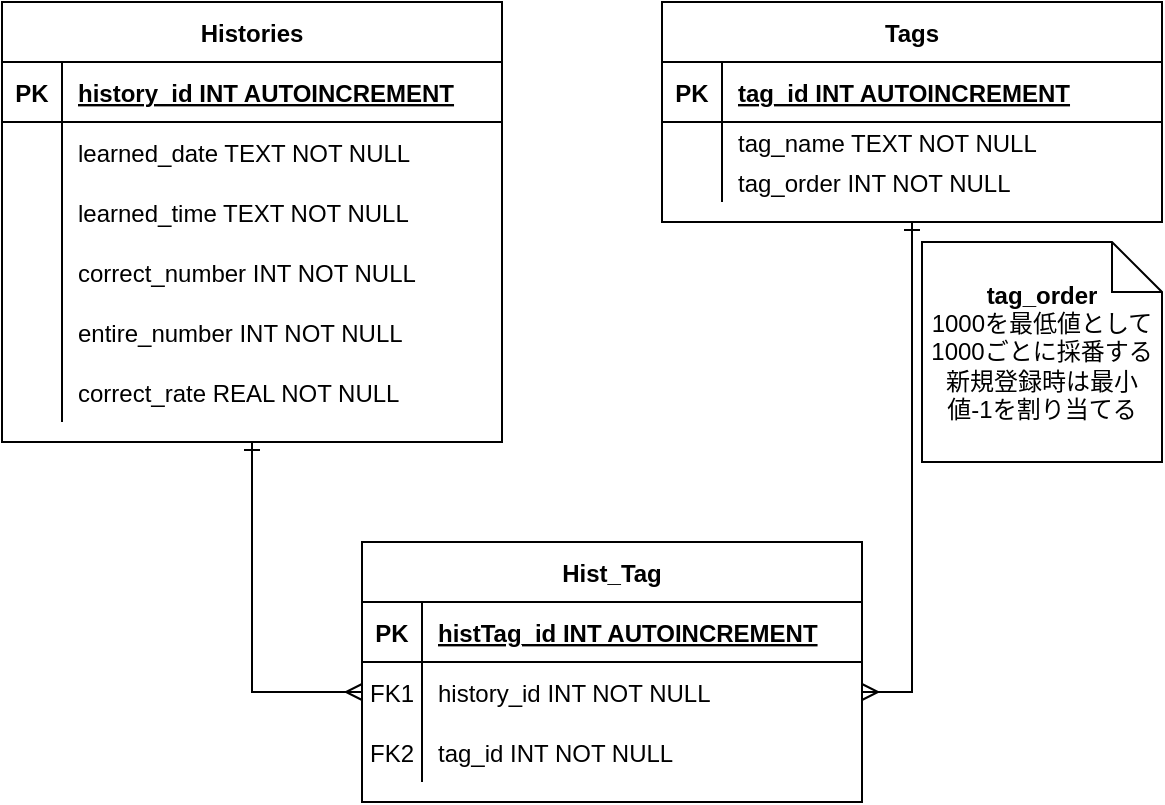
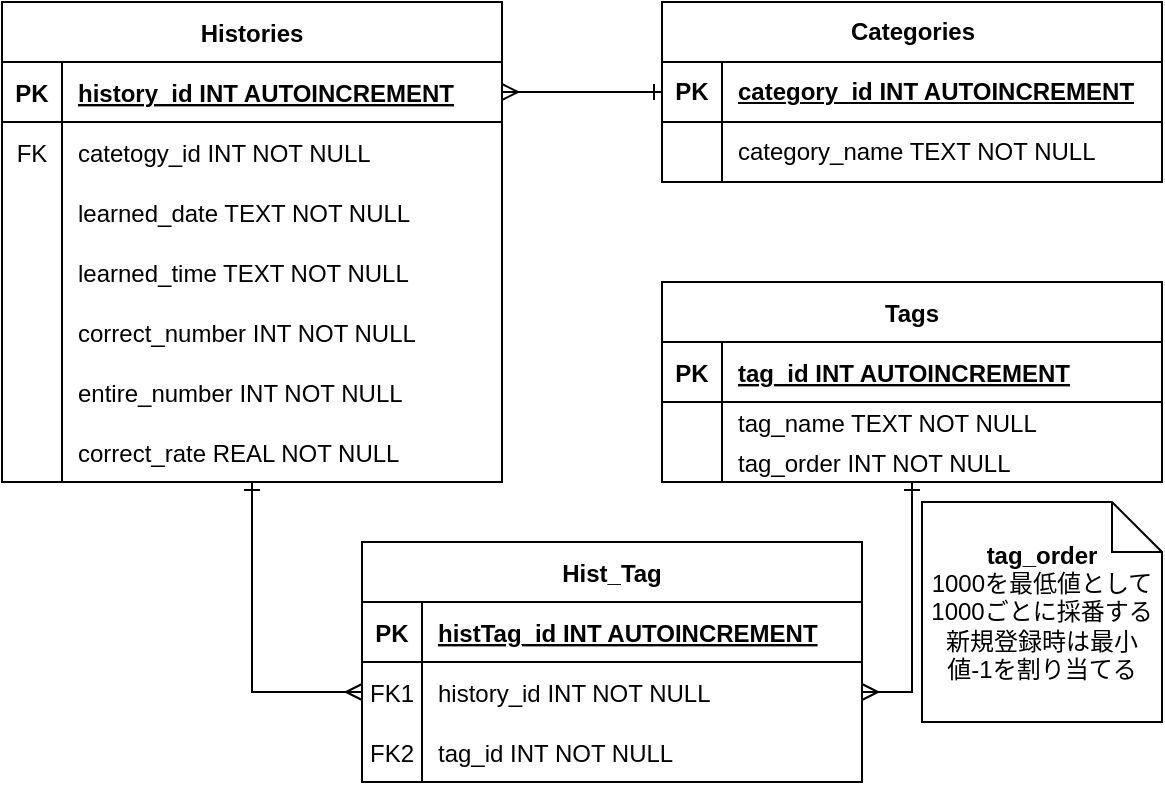
- <mxfile host="app.diagrams.net" agent="Mozilla/5.0 (Windows NT 10.0; Win64; x64) AppleWebKit/537.36 (KHTML, like Gecko) Chrome/131.0.0.0 Safari/537.36" version="24.8.6">
+ <mxfile host="app.diagrams.net" agent="Mozilla/5.0 (Windows NT 10.0; Win64; x64) AppleWebKit/537.36 (KHTML, like Gecko) Chrome/131.0.0.0 Safari/537.36" version="25.0.3">
  <diagram name="Page-1" id="t5QMn-bjWsxK-OiHnnsi">
-     <mxGraphModel dx="1415" dy="748" grid="1" gridSize="10" guides="1" tooltips="1" connect="1" arrows="1" fold="1" page="1" pageScale="1" pageWidth="827" pageHeight="1169" math="0" shadow="0">
+     <mxGraphModel dx="1034" dy="446" grid="1" gridSize="10" guides="1" tooltips="1" connect="1" arrows="1" fold="1" page="1" pageScale="1" pageWidth="827" pageHeight="1169" math="0" shadow="0">
      <root>
        <mxCell id="0" />
        <mxCell id="1" parent="0" />
        <mxCell id="AiqQjHYfHPlLKHI8rtwA-1" value="Tags" style="shape=table;startSize=30;container=1;collapsible=1;childLayout=tableLayout;fixedRows=1;rowLines=0;fontStyle=1;align=center;resizeLast=1;" parent="1" vertex="1">
-           <mxGeometry x="330" width="250" height="110" as="geometry" />
+           <mxGeometry x="330" y="140" width="250" height="100" as="geometry" />
        </mxCell>
        <mxCell id="AiqQjHYfHPlLKHI8rtwA-2" value="" style="shape=partialRectangle;collapsible=0;dropTarget=0;pointerEvents=0;fillColor=none;points=[[0,0.5],[1,0.5]];portConstraint=eastwest;top=0;left=0;right=0;bottom=1;" parent="AiqQjHYfHPlLKHI8rtwA-1" vertex="1">
          <mxGeometry y="30" width="250" height="30" as="geometry" />
        </mxCell>
        <mxCell id="AiqQjHYfHPlLKHI8rtwA-3" value="PK" style="shape=partialRectangle;overflow=hidden;connectable=0;fillColor=none;top=0;left=0;bottom=0;right=0;fontStyle=1;" parent="AiqQjHYfHPlLKHI8rtwA-2" vertex="1">
          <mxGeometry width="30" height="30" as="geometry">
            <mxRectangle width="30" height="30" as="alternateBounds" />
          </mxGeometry>
        </mxCell>
        <mxCell id="AiqQjHYfHPlLKHI8rtwA-4" value="tag_id INT AUTOINCREMENT" style="shape=partialRectangle;overflow=hidden;connectable=0;fillColor=none;top=0;left=0;bottom=0;right=0;align=left;spacingLeft=6;fontStyle=5;" parent="AiqQjHYfHPlLKHI8rtwA-2" vertex="1">
          <mxGeometry x="30" width="220" height="30" as="geometry">
            <mxRectangle width="220" height="30" as="alternateBounds" />
          </mxGeometry>
        </mxCell>
        <mxCell id="AiqQjHYfHPlLKHI8rtwA-5" value="" style="shape=partialRectangle;collapsible=0;dropTarget=0;pointerEvents=0;fillColor=none;points=[[0,0.5],[1,0.5]];portConstraint=eastwest;top=0;left=0;right=0;bottom=0;" parent="AiqQjHYfHPlLKHI8rtwA-1" vertex="1">
          <mxGeometry y="60" width="250" height="20" as="geometry" />
        </mxCell>
        <mxCell id="AiqQjHYfHPlLKHI8rtwA-6" value="" style="shape=partialRectangle;overflow=hidden;connectable=0;fillColor=none;top=0;left=0;bottom=0;right=0;" parent="AiqQjHYfHPlLKHI8rtwA-5" vertex="1">
          <mxGeometry width="30" height="20" as="geometry">
            <mxRectangle width="30" height="20" as="alternateBounds" />
          </mxGeometry>
        </mxCell>
        <mxCell id="AiqQjHYfHPlLKHI8rtwA-7" value="tag_name TEXT NOT NULL" style="shape=partialRectangle;overflow=hidden;connectable=0;fillColor=none;top=0;left=0;bottom=0;right=0;align=left;spacingLeft=6;" parent="AiqQjHYfHPlLKHI8rtwA-5" vertex="1">
          <mxGeometry x="30" width="220" height="20" as="geometry">
            <mxRectangle width="220" height="20" as="alternateBounds" />
          </mxGeometry>
        </mxCell>
        <mxCell id="AiqQjHYfHPlLKHI8rtwA-8" value="" style="shape=partialRectangle;collapsible=0;dropTarget=0;pointerEvents=0;fillColor=none;points=[[0,0.5],[1,0.5]];portConstraint=eastwest;top=0;left=0;right=0;bottom=0;" parent="AiqQjHYfHPlLKHI8rtwA-1" vertex="1">
          <mxGeometry y="80" width="250" height="20" as="geometry" />
        </mxCell>
        <mxCell id="AiqQjHYfHPlLKHI8rtwA-9" value="" style="shape=partialRectangle;overflow=hidden;connectable=0;fillColor=none;top=0;left=0;bottom=0;right=0;" parent="AiqQjHYfHPlLKHI8rtwA-8" vertex="1">
          <mxGeometry width="30" height="20" as="geometry">
            <mxRectangle width="30" height="20" as="alternateBounds" />
          </mxGeometry>
        </mxCell>
        <mxCell id="AiqQjHYfHPlLKHI8rtwA-10" value="tag_order INT NOT NULL" style="shape=partialRectangle;overflow=hidden;connectable=0;fillColor=none;top=0;left=0;bottom=0;right=0;align=left;spacingLeft=6;" parent="AiqQjHYfHPlLKHI8rtwA-8" vertex="1">
          <mxGeometry x="30" width="220" height="20" as="geometry">
            <mxRectangle width="220" height="20" as="alternateBounds" />
          </mxGeometry>
        </mxCell>
        <mxCell id="AiqQjHYfHPlLKHI8rtwA-11" value="Hist_Tag" style="shape=table;startSize=30;container=1;collapsible=1;childLayout=tableLayout;fixedRows=1;rowLines=0;fontStyle=1;align=center;resizeLast=1;" parent="1" vertex="1">
-           <mxGeometry x="180" y="270" width="250" height="130" as="geometry" />
+           <mxGeometry x="180" y="270" width="250" height="120" as="geometry" />
        </mxCell>
        <mxCell id="AiqQjHYfHPlLKHI8rtwA-12" value="" style="shape=partialRectangle;collapsible=0;dropTarget=0;pointerEvents=0;fillColor=none;points=[[0,0.5],[1,0.5]];portConstraint=eastwest;top=0;left=0;right=0;bottom=1;" parent="AiqQjHYfHPlLKHI8rtwA-11" vertex="1">
          <mxGeometry y="30" width="250" height="30" as="geometry" />
        </mxCell>
        <mxCell id="AiqQjHYfHPlLKHI8rtwA-13" value="PK" style="shape=partialRectangle;overflow=hidden;connectable=0;fillColor=none;top=0;left=0;bottom=0;right=0;fontStyle=1;" parent="AiqQjHYfHPlLKHI8rtwA-12" vertex="1">
          <mxGeometry width="30" height="30" as="geometry">
            <mxRectangle width="30" height="30" as="alternateBounds" />
          </mxGeometry>
        </mxCell>
        <mxCell id="AiqQjHYfHPlLKHI8rtwA-14" value="histTag_id INT AUTOINCREMENT" style="shape=partialRectangle;overflow=hidden;connectable=0;fillColor=none;top=0;left=0;bottom=0;right=0;align=left;spacingLeft=6;fontStyle=5;" parent="AiqQjHYfHPlLKHI8rtwA-12" vertex="1">
          <mxGeometry x="30" width="220" height="30" as="geometry">
            <mxRectangle width="220" height="30" as="alternateBounds" />
          </mxGeometry>
        </mxCell>
        <mxCell id="AiqQjHYfHPlLKHI8rtwA-15" value="" style="shape=partialRectangle;collapsible=0;dropTarget=0;pointerEvents=0;fillColor=none;points=[[0,0.5],[1,0.5]];portConstraint=eastwest;top=0;left=0;right=0;bottom=0;" parent="AiqQjHYfHPlLKHI8rtwA-11" vertex="1">
          <mxGeometry y="60" width="250" height="30" as="geometry" />
        </mxCell>
        <mxCell id="AiqQjHYfHPlLKHI8rtwA-16" value="FK1" style="shape=partialRectangle;overflow=hidden;connectable=0;fillColor=none;top=0;left=0;bottom=0;right=0;" parent="AiqQjHYfHPlLKHI8rtwA-15" vertex="1">
          <mxGeometry width="30" height="30" as="geometry">
            <mxRectangle width="30" height="30" as="alternateBounds" />
          </mxGeometry>
        </mxCell>
        <mxCell id="AiqQjHYfHPlLKHI8rtwA-17" value="history_id INT NOT NULL" style="shape=partialRectangle;overflow=hidden;connectable=0;fillColor=none;top=0;left=0;bottom=0;right=0;align=left;spacingLeft=6;" parent="AiqQjHYfHPlLKHI8rtwA-15" vertex="1">
          <mxGeometry x="30" width="220" height="30" as="geometry">
            <mxRectangle width="220" height="30" as="alternateBounds" />
          </mxGeometry>
        </mxCell>
        <mxCell id="AiqQjHYfHPlLKHI8rtwA-18" value="" style="shape=partialRectangle;collapsible=0;dropTarget=0;pointerEvents=0;fillColor=none;points=[[0,0.5],[1,0.5]];portConstraint=eastwest;top=0;left=0;right=0;bottom=0;" parent="AiqQjHYfHPlLKHI8rtwA-11" vertex="1">
          <mxGeometry y="90" width="250" height="30" as="geometry" />
        </mxCell>
        <mxCell id="AiqQjHYfHPlLKHI8rtwA-19" value="FK2" style="shape=partialRectangle;overflow=hidden;connectable=0;fillColor=none;top=0;left=0;bottom=0;right=0;" parent="AiqQjHYfHPlLKHI8rtwA-18" vertex="1">
          <mxGeometry width="30" height="30" as="geometry">
            <mxRectangle width="30" height="30" as="alternateBounds" />
          </mxGeometry>
        </mxCell>
        <mxCell id="AiqQjHYfHPlLKHI8rtwA-20" value="tag_id INT NOT NULL" style="shape=partialRectangle;overflow=hidden;connectable=0;fillColor=none;top=0;left=0;bottom=0;right=0;align=left;spacingLeft=6;" parent="AiqQjHYfHPlLKHI8rtwA-18" vertex="1">
          <mxGeometry x="30" width="220" height="30" as="geometry">
            <mxRectangle width="220" height="30" as="alternateBounds" />
          </mxGeometry>
        </mxCell>
        <mxCell id="AiqQjHYfHPlLKHI8rtwA-21" style="edgeStyle=orthogonalEdgeStyle;rounded=0;orthogonalLoop=1;jettySize=auto;html=1;entryX=0;entryY=0.5;entryDx=0;entryDy=0;strokeWidth=1;startArrow=ERone;startFill=0;endArrow=ERmany;endFill=0;" parent="1" source="AiqQjHYfHPlLKHI8rtwA-22" target="AiqQjHYfHPlLKHI8rtwA-15" edge="1">
          <mxGeometry relative="1" as="geometry" />
        </mxCell>
+         <mxCell id="d74uA-857pCNeQqFz3XB-27" style="edgeStyle=orthogonalEdgeStyle;rounded=0;orthogonalLoop=1;jettySize=auto;html=1;strokeColor=default;startArrow=ERmany;startFill=0;endArrow=ERone;endFill=0;" edge="1" parent="1" source="AiqQjHYfHPlLKHI8rtwA-23" target="d74uA-857pCNeQqFz3XB-6">
+           <mxGeometry relative="1" as="geometry" />
+         </mxCell>
        <mxCell id="AiqQjHYfHPlLKHI8rtwA-22" value="Histories" style="shape=table;startSize=30;container=1;collapsible=1;childLayout=tableLayout;fixedRows=1;rowLines=0;fontStyle=1;align=center;resizeLast=1;" parent="1" vertex="1">
-           <mxGeometry width="250" height="220" as="geometry" />
+           <mxGeometry width="250" height="240" as="geometry" />
        </mxCell>
        <mxCell id="AiqQjHYfHPlLKHI8rtwA-23" value="" style="shape=partialRectangle;collapsible=0;dropTarget=0;pointerEvents=0;fillColor=none;points=[[0,0.5],[1,0.5]];portConstraint=eastwest;top=0;left=0;right=0;bottom=1;" parent="AiqQjHYfHPlLKHI8rtwA-22" vertex="1">
          <mxGeometry y="30" width="250" height="30" as="geometry" />
        </mxCell>
        <mxCell id="AiqQjHYfHPlLKHI8rtwA-24" value="PK" style="shape=partialRectangle;overflow=hidden;connectable=0;fillColor=none;top=0;left=0;bottom=0;right=0;fontStyle=1;" parent="AiqQjHYfHPlLKHI8rtwA-23" vertex="1">
          <mxGeometry width="30" height="30" as="geometry">
            <mxRectangle width="30" height="30" as="alternateBounds" />
          </mxGeometry>
        </mxCell>
        <mxCell id="AiqQjHYfHPlLKHI8rtwA-25" value="history_id INT AUTOINCREMENT" style="shape=partialRectangle;overflow=hidden;connectable=0;fillColor=none;top=0;left=0;bottom=0;right=0;align=left;spacingLeft=6;fontStyle=5;" parent="AiqQjHYfHPlLKHI8rtwA-23" vertex="1">
          <mxGeometry x="30" width="220" height="30" as="geometry">
            <mxRectangle width="220" height="30" as="alternateBounds" />
          </mxGeometry>
        </mxCell>
        <mxCell id="AiqQjHYfHPlLKHI8rtwA-26" value="" style="shape=partialRectangle;collapsible=0;dropTarget=0;pointerEvents=0;fillColor=none;points=[[0,0.5],[1,0.5]];portConstraint=eastwest;top=0;left=0;right=0;bottom=0;" parent="AiqQjHYfHPlLKHI8rtwA-22" vertex="1">
          <mxGeometry y="60" width="250" height="30" as="geometry" />
        </mxCell>
-         <mxCell id="AiqQjHYfHPlLKHI8rtwA-27" value="" style="shape=partialRectangle;overflow=hidden;connectable=0;fillColor=none;top=0;left=0;bottom=0;right=0;" parent="AiqQjHYfHPlLKHI8rtwA-26" vertex="1">
-           <mxGeometry width="30" height="30" as="geometry">
-             <mxRectangle width="30" height="30" as="alternateBounds" />
-           </mxGeometry>
-         </mxCell>
-         <mxCell id="AiqQjHYfHPlLKHI8rtwA-28" value="learned_date TEXT NOT NULL" style="shape=partialRectangle;overflow=hidden;connectable=0;fillColor=none;top=0;left=0;bottom=0;right=0;align=left;spacingLeft=6;" parent="AiqQjHYfHPlLKHI8rtwA-26" vertex="1">
-           <mxGeometry x="30" width="220" height="30" as="geometry">
-             <mxRectangle width="220" height="30" as="alternateBounds" />
-           </mxGeometry>
-         </mxCell>
-         <mxCell id="S-PUnTKwTmai-T3U4hQo-1" value="" style="shape=partialRectangle;collapsible=0;dropTarget=0;pointerEvents=0;fillColor=none;points=[[0,0.5],[1,0.5]];portConstraint=eastwest;top=0;left=0;right=0;bottom=0;" vertex="1" parent="AiqQjHYfHPlLKHI8rtwA-22">
+         <mxCell id="AiqQjHYfHPlLKHI8rtwA-27" value="FK" style="shape=partialRectangle;overflow=hidden;connectable=0;fillColor=none;top=0;left=0;bottom=0;right=0;" parent="AiqQjHYfHPlLKHI8rtwA-26" vertex="1">
+           <mxGeometry width="30" height="30" as="geometry">
+             <mxRectangle width="30" height="30" as="alternateBounds" />
+           </mxGeometry>
+         </mxCell>
+         <mxCell id="AiqQjHYfHPlLKHI8rtwA-28" value="catetogy_id INT NOT NULL" style="shape=partialRectangle;overflow=hidden;connectable=0;fillColor=none;top=0;left=0;bottom=0;right=0;align=left;spacingLeft=6;" parent="AiqQjHYfHPlLKHI8rtwA-26" vertex="1">
+           <mxGeometry x="30" width="220" height="30" as="geometry">
+             <mxRectangle width="220" height="30" as="alternateBounds" />
+           </mxGeometry>
+         </mxCell>
+         <mxCell id="d74uA-857pCNeQqFz3XB-23" value="" style="shape=partialRectangle;collapsible=0;dropTarget=0;pointerEvents=0;fillColor=none;points=[[0,0.5],[1,0.5]];portConstraint=eastwest;top=0;left=0;right=0;bottom=0;" vertex="1" parent="AiqQjHYfHPlLKHI8rtwA-22">
          <mxGeometry y="90" width="250" height="30" as="geometry" />
        </mxCell>
-         <mxCell id="S-PUnTKwTmai-T3U4hQo-2" value="" style="shape=partialRectangle;overflow=hidden;connectable=0;fillColor=none;top=0;left=0;bottom=0;right=0;" vertex="1" parent="S-PUnTKwTmai-T3U4hQo-1">
-           <mxGeometry width="30" height="30" as="geometry">
-             <mxRectangle width="30" height="30" as="alternateBounds" />
-           </mxGeometry>
-         </mxCell>
-         <mxCell id="S-PUnTKwTmai-T3U4hQo-3" value="learned_time TEXT NOT NULL" style="shape=partialRectangle;overflow=hidden;connectable=0;fillColor=none;top=0;left=0;bottom=0;right=0;align=left;spacingLeft=6;" vertex="1" parent="S-PUnTKwTmai-T3U4hQo-1">
+         <mxCell id="d74uA-857pCNeQqFz3XB-24" value="" style="shape=partialRectangle;overflow=hidden;connectable=0;fillColor=none;top=0;left=0;bottom=0;right=0;" vertex="1" parent="d74uA-857pCNeQqFz3XB-23">
+           <mxGeometry width="30" height="30" as="geometry">
+             <mxRectangle width="30" height="30" as="alternateBounds" />
+           </mxGeometry>
+         </mxCell>
+         <mxCell id="d74uA-857pCNeQqFz3XB-25" value="learned_date TEXT NOT NULL" style="shape=partialRectangle;overflow=hidden;connectable=0;fillColor=none;top=0;left=0;bottom=0;right=0;align=left;spacingLeft=6;" vertex="1" parent="d74uA-857pCNeQqFz3XB-23">
+           <mxGeometry x="30" width="220" height="30" as="geometry">
+             <mxRectangle width="220" height="30" as="alternateBounds" />
+           </mxGeometry>
+         </mxCell>
+         <mxCell id="S-PUnTKwTmai-T3U4hQo-1" value="" style="shape=partialRectangle;collapsible=0;dropTarget=0;pointerEvents=0;fillColor=none;points=[[0,0.5],[1,0.5]];portConstraint=eastwest;top=0;left=0;right=0;bottom=0;" parent="AiqQjHYfHPlLKHI8rtwA-22" vertex="1">
+           <mxGeometry y="120" width="250" height="30" as="geometry" />
+         </mxCell>
+         <mxCell id="S-PUnTKwTmai-T3U4hQo-2" value="" style="shape=partialRectangle;overflow=hidden;connectable=0;fillColor=none;top=0;left=0;bottom=0;right=0;" parent="S-PUnTKwTmai-T3U4hQo-1" vertex="1">
+           <mxGeometry width="30" height="30" as="geometry">
+             <mxRectangle width="30" height="30" as="alternateBounds" />
+           </mxGeometry>
+         </mxCell>
+         <mxCell id="S-PUnTKwTmai-T3U4hQo-3" value="learned_time TEXT NOT NULL" style="shape=partialRectangle;overflow=hidden;connectable=0;fillColor=none;top=0;left=0;bottom=0;right=0;align=left;spacingLeft=6;" parent="S-PUnTKwTmai-T3U4hQo-1" vertex="1">
          <mxGeometry x="30" width="220" height="30" as="geometry">
            <mxRectangle width="220" height="30" as="alternateBounds" />
          </mxGeometry>
        </mxCell>
        <mxCell id="AiqQjHYfHPlLKHI8rtwA-29" value="" style="shape=partialRectangle;collapsible=0;dropTarget=0;pointerEvents=0;fillColor=none;points=[[0,0.5],[1,0.5]];portConstraint=eastwest;top=0;left=0;right=0;bottom=0;" parent="AiqQjHYfHPlLKHI8rtwA-22" vertex="1">
-           <mxGeometry y="120" width="250" height="30" as="geometry" />
+           <mxGeometry y="150" width="250" height="30" as="geometry" />
        </mxCell>
        <mxCell id="AiqQjHYfHPlLKHI8rtwA-30" value="" style="shape=partialRectangle;overflow=hidden;connectable=0;fillColor=none;top=0;left=0;bottom=0;right=0;" parent="AiqQjHYfHPlLKHI8rtwA-29" vertex="1">
          <mxGeometry width="30" height="30" as="geometry">
            <mxRectangle width="30" height="30" as="alternateBounds" />
          </mxGeometry>
        </mxCell>
        <mxCell id="AiqQjHYfHPlLKHI8rtwA-31" value="correct_number INT NOT NULL" style="shape=partialRectangle;overflow=hidden;connectable=0;fillColor=none;top=0;left=0;bottom=0;right=0;align=left;spacingLeft=6;" parent="AiqQjHYfHPlLKHI8rtwA-29" vertex="1">
          <mxGeometry x="30" width="220" height="30" as="geometry">
            <mxRectangle width="220" height="30" as="alternateBounds" />
          </mxGeometry>
        </mxCell>
        <mxCell id="AiqQjHYfHPlLKHI8rtwA-32" value="" style="shape=partialRectangle;collapsible=0;dropTarget=0;pointerEvents=0;fillColor=none;points=[[0,0.5],[1,0.5]];portConstraint=eastwest;top=0;left=0;right=0;bottom=0;" parent="AiqQjHYfHPlLKHI8rtwA-22" vertex="1">
-           <mxGeometry y="150" width="250" height="30" as="geometry" />
+           <mxGeometry y="180" width="250" height="30" as="geometry" />
        </mxCell>
        <mxCell id="AiqQjHYfHPlLKHI8rtwA-33" value="" style="shape=partialRectangle;overflow=hidden;connectable=0;fillColor=none;top=0;left=0;bottom=0;right=0;" parent="AiqQjHYfHPlLKHI8rtwA-32" vertex="1">
          <mxGeometry width="30" height="30" as="geometry">
            <mxRectangle width="30" height="30" as="alternateBounds" />
          </mxGeometry>
        </mxCell>
        <mxCell id="AiqQjHYfHPlLKHI8rtwA-34" value="entire_number INT NOT NULL" style="shape=partialRectangle;overflow=hidden;connectable=0;fillColor=none;top=0;left=0;bottom=0;right=0;align=left;spacingLeft=6;" parent="AiqQjHYfHPlLKHI8rtwA-32" vertex="1">
          <mxGeometry x="30" width="220" height="30" as="geometry">
            <mxRectangle width="220" height="30" as="alternateBounds" />
          </mxGeometry>
        </mxCell>
        <mxCell id="AiqQjHYfHPlLKHI8rtwA-35" value="" style="shape=partialRectangle;collapsible=0;dropTarget=0;pointerEvents=0;fillColor=none;points=[[0,0.5],[1,0.5]];portConstraint=eastwest;top=0;left=0;right=0;bottom=0;" parent="AiqQjHYfHPlLKHI8rtwA-22" vertex="1">
-           <mxGeometry y="180" width="250" height="30" as="geometry" />
+           <mxGeometry y="210" width="250" height="30" as="geometry" />
        </mxCell>
        <mxCell id="AiqQjHYfHPlLKHI8rtwA-36" value="" style="shape=partialRectangle;overflow=hidden;connectable=0;fillColor=none;top=0;left=0;bottom=0;right=0;" parent="AiqQjHYfHPlLKHI8rtwA-35" vertex="1">
          <mxGeometry width="30" height="30" as="geometry">
            <mxRectangle width="30" height="30" as="alternateBounds" />
          </mxGeometry>
        </mxCell>
        <mxCell id="AiqQjHYfHPlLKHI8rtwA-37" value="correct_rate REAL NOT NULL" style="shape=partialRectangle;overflow=hidden;connectable=0;fillColor=none;top=0;left=0;bottom=0;right=0;align=left;spacingLeft=6;" parent="AiqQjHYfHPlLKHI8rtwA-35" vertex="1">
          <mxGeometry x="30" width="220" height="30" as="geometry">
            <mxRectangle width="220" height="30" as="alternateBounds" />
          </mxGeometry>
        </mxCell>
        <mxCell id="AiqQjHYfHPlLKHI8rtwA-38" style="edgeStyle=orthogonalEdgeStyle;rounded=0;orthogonalLoop=1;jettySize=auto;html=1;entryX=0.5;entryY=1;entryDx=0;entryDy=0;endArrow=ERone;endFill=0;startArrow=ERmany;startFill=0;" parent="1" source="AiqQjHYfHPlLKHI8rtwA-15" target="AiqQjHYfHPlLKHI8rtwA-1" edge="1">
          <mxGeometry relative="1" as="geometry" />
        </mxCell>
        <mxCell id="AiqQjHYfHPlLKHI8rtwA-39" value="&lt;b&gt;tag_order&lt;/b&gt;&lt;div&gt;1000を最低値として1000ごとに採番する&lt;/div&gt;&lt;div&gt;新規登録時は最小値-1を割り当てる&lt;/div&gt;" style="shape=note2;boundedLbl=1;whiteSpace=wrap;html=1;size=25;verticalAlign=middle;align=center;labelPosition=center;verticalLabelPosition=middle;" parent="1" vertex="1">
-           <mxGeometry x="460" y="120" width="120" height="110" as="geometry" />
+           <mxGeometry x="460" y="250" width="120" height="110" as="geometry" />
+         </mxCell>
+         <mxCell id="d74uA-857pCNeQqFz3XB-5" value="Categories" style="shape=table;startSize=30;container=1;collapsible=1;childLayout=tableLayout;fixedRows=1;rowLines=0;fontStyle=1;align=center;resizeLast=1;html=1;" vertex="1" parent="1">
+           <mxGeometry x="330" width="250" height="90" as="geometry" />
+         </mxCell>
+         <mxCell id="d74uA-857pCNeQqFz3XB-6" value="" style="shape=tableRow;horizontal=0;startSize=0;swimlaneHead=0;swimlaneBody=0;fillColor=none;collapsible=0;dropTarget=0;points=[[0,0.5],[1,0.5]];portConstraint=eastwest;top=0;left=0;right=0;bottom=1;" vertex="1" parent="d74uA-857pCNeQqFz3XB-5">
+           <mxGeometry y="30" width="250" height="30" as="geometry" />
+         </mxCell>
+         <mxCell id="d74uA-857pCNeQqFz3XB-7" value="PK" style="shape=partialRectangle;connectable=0;fillColor=none;top=0;left=0;bottom=0;right=0;fontStyle=1;overflow=hidden;whiteSpace=wrap;html=1;" vertex="1" parent="d74uA-857pCNeQqFz3XB-6">
+           <mxGeometry width="30" height="30" as="geometry">
+             <mxRectangle width="30" height="30" as="alternateBounds" />
+           </mxGeometry>
+         </mxCell>
+         <mxCell id="d74uA-857pCNeQqFz3XB-8" value="category_id INT AUTOINCREMENT" style="shape=partialRectangle;connectable=0;fillColor=none;top=0;left=0;bottom=0;right=0;align=left;spacingLeft=6;fontStyle=5;overflow=hidden;whiteSpace=wrap;html=1;" vertex="1" parent="d74uA-857pCNeQqFz3XB-6">
+           <mxGeometry x="30" width="220" height="30" as="geometry">
+             <mxRectangle width="220" height="30" as="alternateBounds" />
+           </mxGeometry>
+         </mxCell>
+         <mxCell id="d74uA-857pCNeQqFz3XB-9" value="" style="shape=tableRow;horizontal=0;startSize=0;swimlaneHead=0;swimlaneBody=0;fillColor=none;collapsible=0;dropTarget=0;points=[[0,0.5],[1,0.5]];portConstraint=eastwest;top=0;left=0;right=0;bottom=0;" vertex="1" parent="d74uA-857pCNeQqFz3XB-5">
+           <mxGeometry y="60" width="250" height="30" as="geometry" />
+         </mxCell>
+         <mxCell id="d74uA-857pCNeQqFz3XB-10" value="" style="shape=partialRectangle;connectable=0;fillColor=none;top=0;left=0;bottom=0;right=0;editable=1;overflow=hidden;whiteSpace=wrap;html=1;" vertex="1" parent="d74uA-857pCNeQqFz3XB-9">
+           <mxGeometry width="30" height="30" as="geometry">
+             <mxRectangle width="30" height="30" as="alternateBounds" />
+           </mxGeometry>
+         </mxCell>
+         <mxCell id="d74uA-857pCNeQqFz3XB-11" value="category_name TEXT NOT NULL" style="shape=partialRectangle;connectable=0;fillColor=none;top=0;left=0;bottom=0;right=0;align=left;spacingLeft=6;overflow=hidden;whiteSpace=wrap;html=1;" vertex="1" parent="d74uA-857pCNeQqFz3XB-9">
+           <mxGeometry x="30" width="220" height="30" as="geometry">
+             <mxRectangle width="220" height="30" as="alternateBounds" />
+           </mxGeometry>
        </mxCell>
      </root>
    </mxGraphModel>
  </diagram>
</mxfile>
